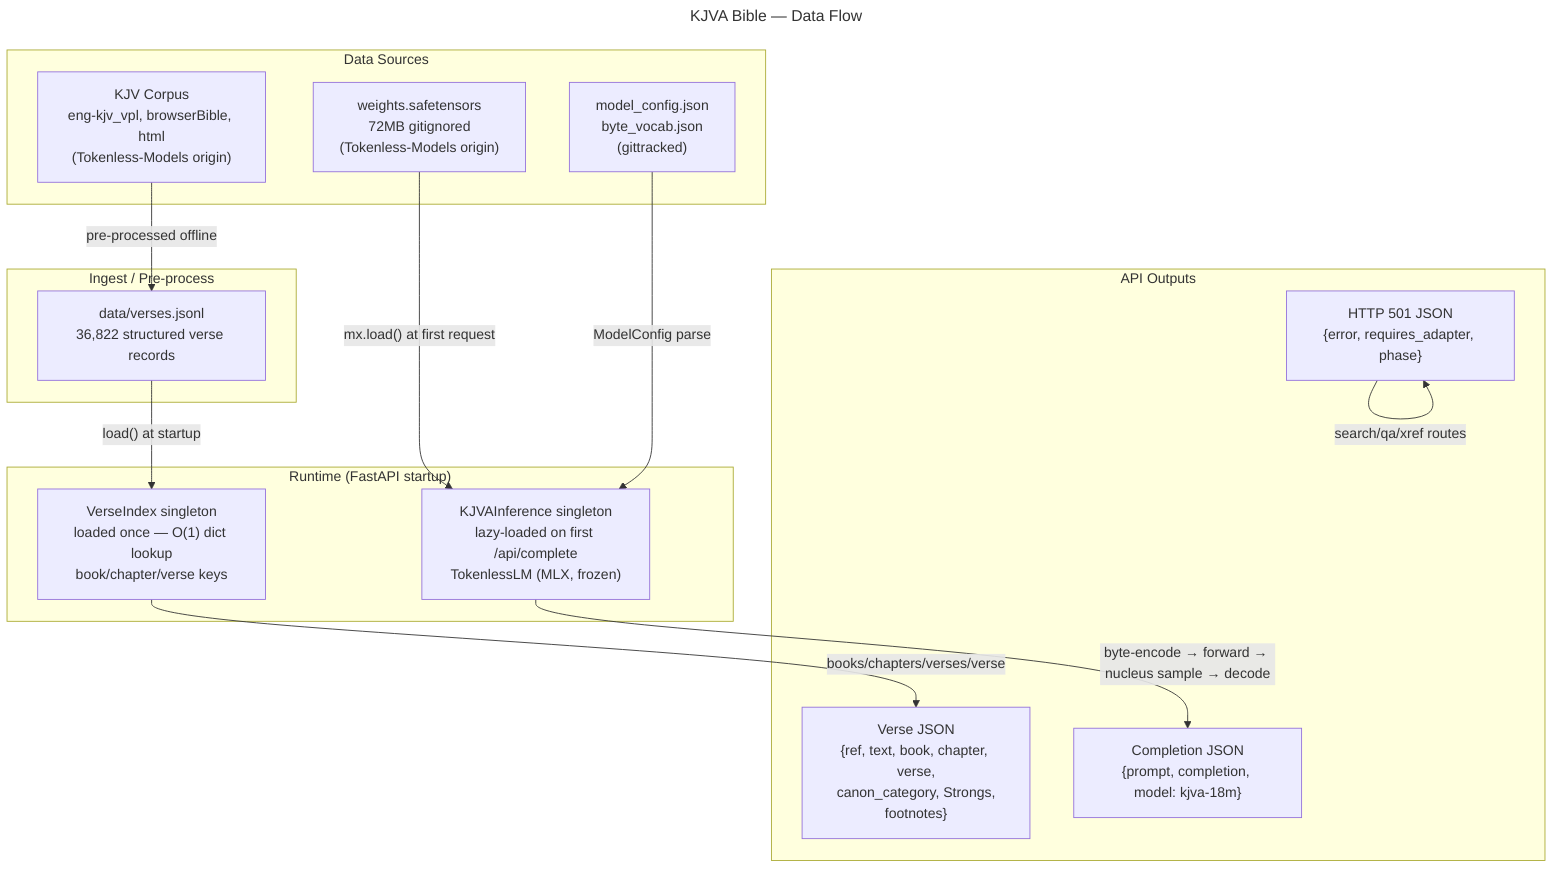
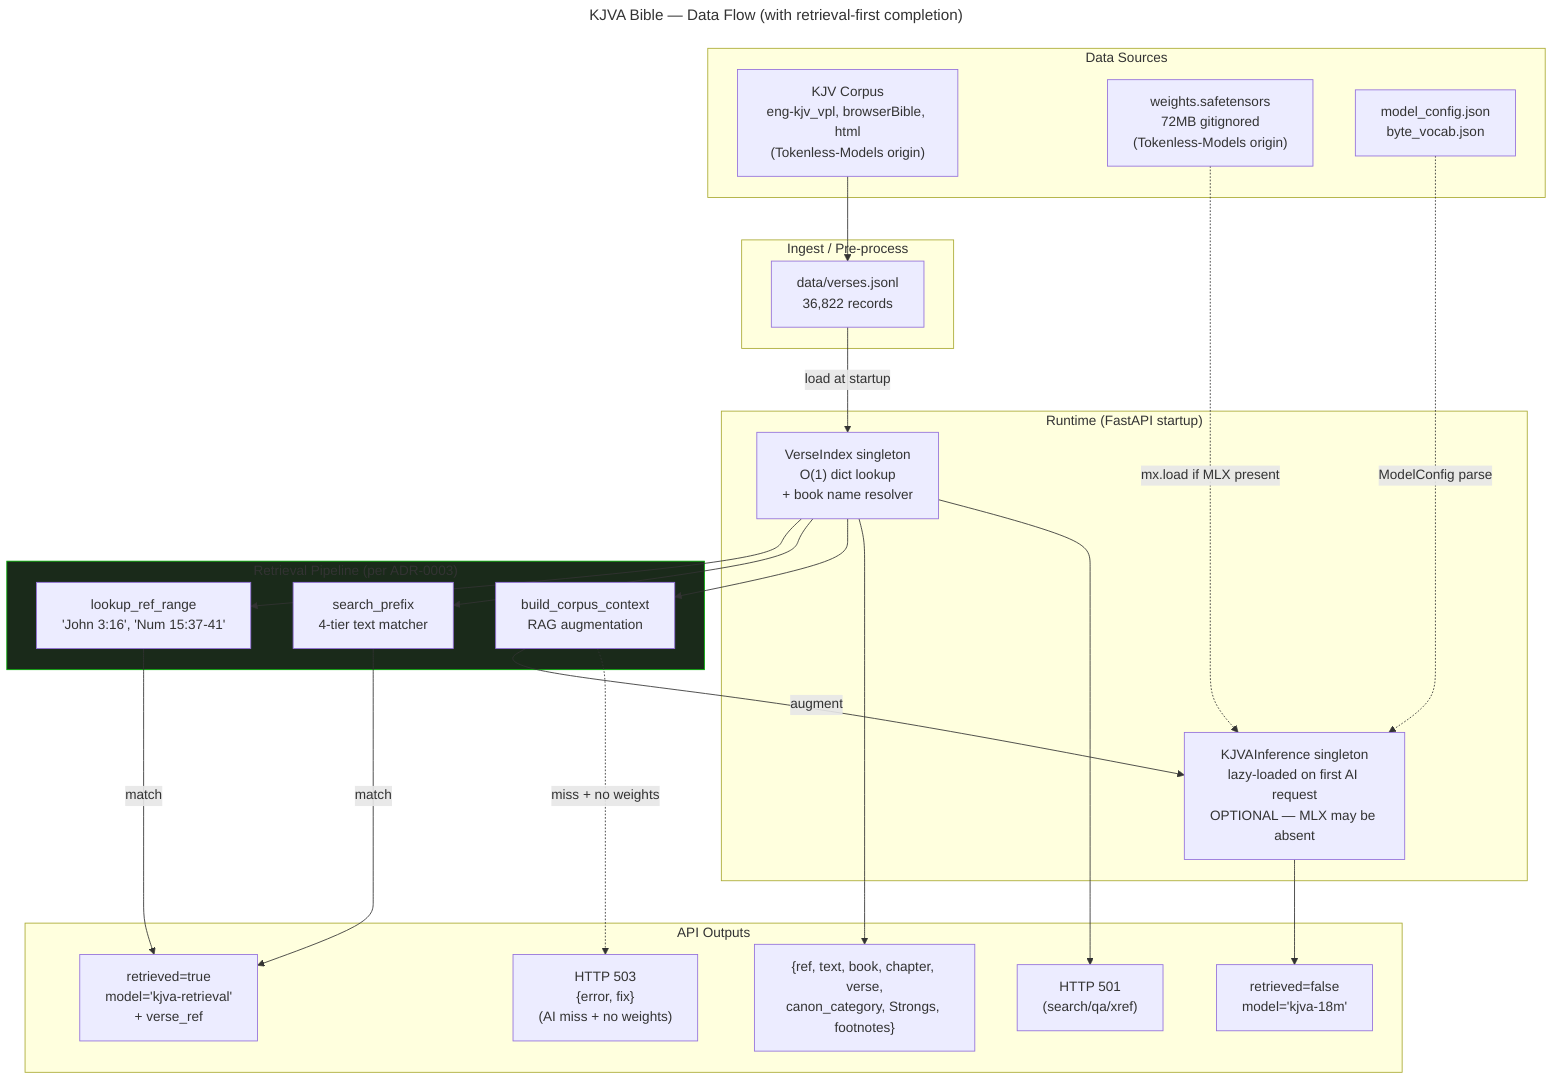
---
- title: KJVA Bible — Data Flow
+ title: KJVA Bible — Data Flow (with retrieval-first completion)
status: verified
- tier: T1
+ tier: T3
last_updated: 2026-05-26
+ slice: SLICE-0001-phase1-release
+ adr: ADR-0003-retrieval-first-completion-ordering
---
flowchart TD
    subgraph Sources["Data Sources"]
-         KJV_Corpus["KJV Corpus\neng-kjv_vpl, browserBible, html\n(Tokenless-Models origin)"]
-         Weights72["weights.safetensors\n72MB gitignored\n(Tokenless-Models origin)"]
-         Config_JSON["model_config.json\nbyte_vocab.json\n(gittracked)"]
+         KJV_Corpus["KJV Corpus<br/>eng-kjv_vpl, browserBible, html<br/>(Tokenless-Models origin)"]
+         Weights72["weights.safetensors<br/>72MB gitignored<br/>(Tokenless-Models origin)"]
+         Config_JSON["model_config.json<br/>byte_vocab.json"]
    end

    subgraph Ingest["Ingest / Pre-process"]
-         Verses_JSONL["data/verses.jsonl\n36,822 structured verse records"]
+         Verses_JSONL["data/verses.jsonl<br/>36,822 records"]
    end

    subgraph Runtime["Runtime (FastAPI startup)"]
-         VerseIndex["VerseIndex singleton\nloaded once — O(1) dict lookup\nbook/chapter/verse keys"]
-         KJVAModel["KJVAInference singleton\nlazy-loaded on first /api/complete\nTokenlessLM (MLX, frozen)"]
+         VerseIndex["VerseIndex singleton<br/>O(1) dict lookup<br/>+ book name resolver"]
+         KJVAModel["KJVAInference singleton<br/>lazy-loaded on first AI request<br/>OPTIONAL — MLX may be absent"]
+     end
+ 
+     subgraph RetrievalPipeline["Retrieval Pipeline (per ADR-0003)"]
+         style RetrievalPipeline fill:#1a2a1a,stroke:#0a0
+         L1["lookup_ref_range<br/>'John 3:16', 'Num 15:37-41'"]
+         L2["search_prefix<br/>4-tier text matcher"]
+         L3["build_corpus_context<br/>RAG augmentation"]
    end

    subgraph API_Out["API Outputs"]
-         VerseData["Verse JSON\n{ref, text, book, chapter, verse,\n canon_category, Strongs, footnotes}"]
-         Completion["Completion JSON\n{prompt, completion, model: kjva-18m}"]
-         Stub501["HTTP 501 JSON\n{error, requires_adapter, phase}"]
+         VerseData["{ref, text, book, chapter, verse,<br/>canon_category, Strongs, footnotes}"]
+         CompletionR["retrieved=true<br/>model='kjva-retrieval'<br/>+ verse_ref"]
+         CompletionAI["retrieved=false<br/>model='kjva-18m'"]
+         Err503["HTTP 503<br/>{error, fix}<br/>(AI miss + no weights)"]
+         Stub501["HTTP 501<br/>(search/qa/xref)"]
    end

-     KJV_Corpus -->|"pre-processed offline"| Verses_JSONL
-     Weights72 -->|"mx.load() at first request"| KJVAModel
-     Config_JSON -->|"ModelConfig parse"| KJVAModel
-     Verses_JSONL -->|"load() at startup"| VerseIndex
+     KJV_Corpus --> Verses_JSONL
+     Verses_JSONL -->|load at startup| VerseIndex
+     VerseIndex --> L1
+     VerseIndex --> L2
+     VerseIndex --> L3

-     VerseIndex -->|"books/chapters/verses/verse"| VerseData
-     KJVAModel -->|"byte-encode → forward → nucleus sample → decode"| Completion
-     Stub501 -->|"search/qa/xref routes"| Stub501
+     Weights72 -.->|mx.load if MLX present| KJVAModel
+     Config_JSON -.->|ModelConfig parse| KJVAModel
+ 
+     VerseIndex --> VerseData
+     L1 -->|match| CompletionR
+     L2 -->|match| CompletionR
+     L3 -->|augment| KJVAModel
+     KJVAModel --> CompletionAI
+     L3 -.->|miss + no weights| Err503
+     VerseIndex --> Stub501
